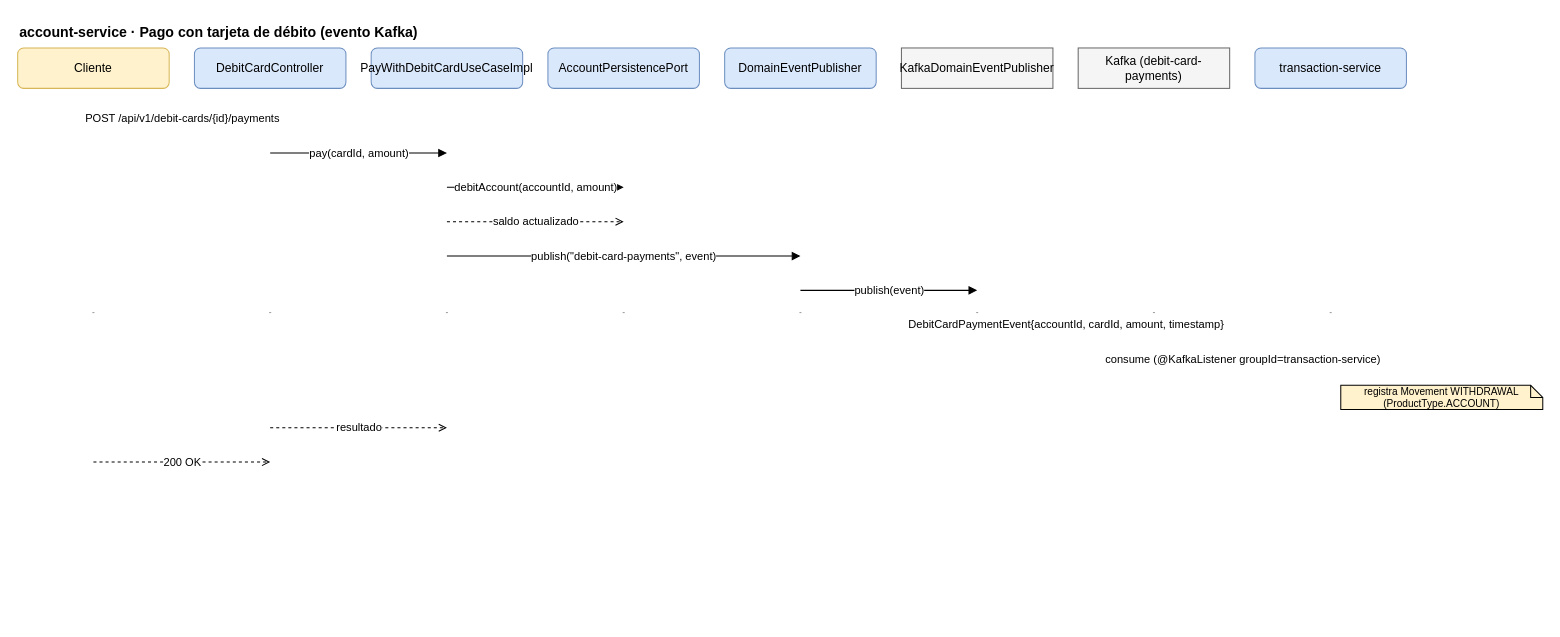
Above: docs/diagrams/drawio/06-account-debito-kafka.drawio in Zairex-Code/financial-core (draw.io), before the change. Source tidied: cells renumbered, new cells numbered last; positions are measured from the earlier drawing's top-left corner, leaving out a move shared by most shapes. Both pictures are drawn from the tidied source at 101%, with x=0, y=0 at pixel (17, 17).
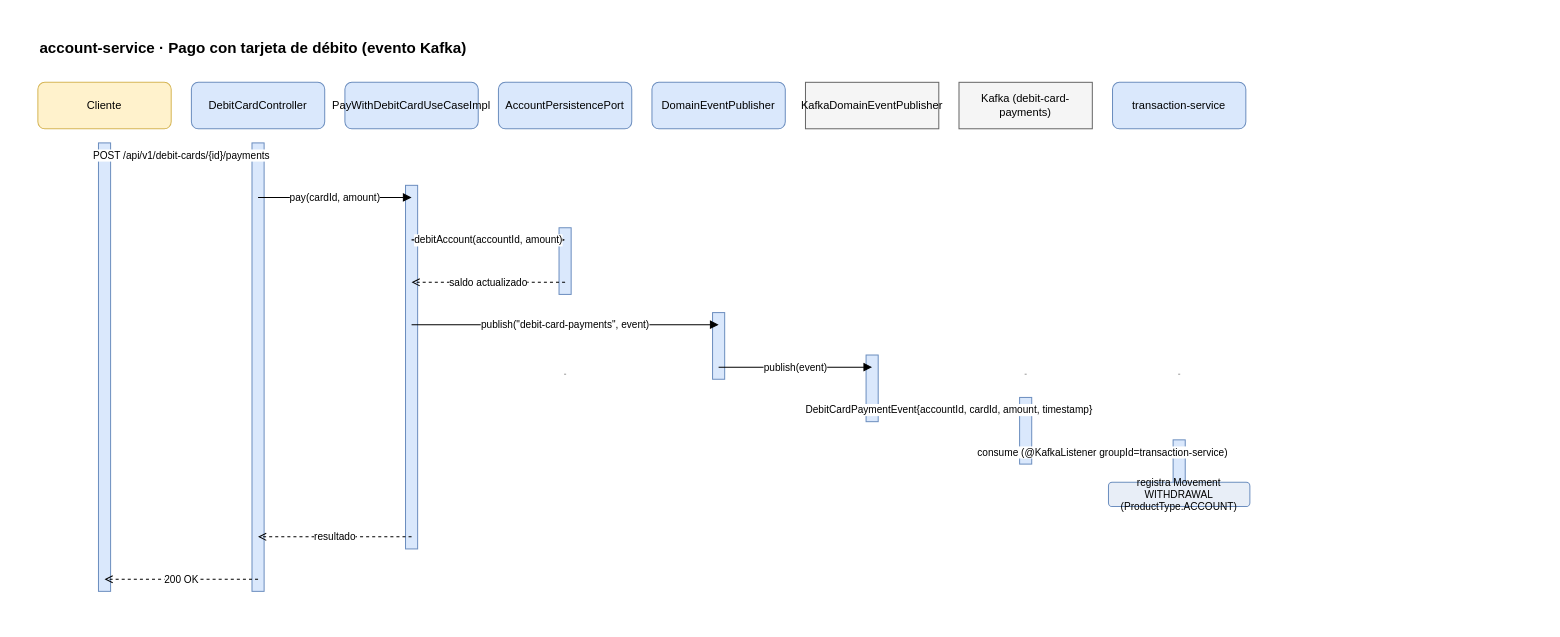
The same page after the edit.

Diff of the diagram source:
```diff
@@
+    <mxCell id="10" value="account-service · Pago con tarjeta de débito (evento Kafka)" style="text;html=1;align=left;fontSize=15;fontStyle=1;" parent="1" vertex="1">
+      <mxGeometry x="20" y="14" width="900" height="24" as="geometry" />
+    </mxCell>
-    <mxCell id="2" value="Cliente" style="rounded=1;whiteSpace=wrap;html=1;fillColor=#fff2cc;strokeColor=#d6b656;fontSize=12;" parent="1" vertex="1">
-      <mxGeometry y="30" width="150" height="40" as="geometry" />
+    <mxCell id="2" value="Cliente" style="rounded=1;whiteSpace=wrap;html=1;fillColor=#fff2cc;strokeColor=#d6b656;fontSize=11;" parent="1" vertex="1">
+      <mxGeometry x="20" y="64" width="132" height="46" as="geometry" />
     </mxCell>
-    <mxCell id="3" value="DebitCardController" style="rounded=1;whiteSpace=wrap;html=1;fillColor=#dae8fc;strokeColor=#6c8ebf;fontSize=12;" parent="1" vertex="1">
-      <mxGeometry x="175" y="30" width="150" height="40" as="geometry" />
+    <mxCell id="3" value="DebitCardController" style="rounded=1;whiteSpace=wrap;html=1;fillColor=#dae8fc;strokeColor=#6c8ebf;fontSize=11;fontStyle=0;" parent="1" vertex="1">
+      <mxGeometry x="172" y="64" width="132" height="46" as="geometry" />
     </mxCell>
-    <mxCell id="4" value="PayWithDebitCardUseCaseImpl" style="rounded=1;whiteSpace=wrap;html=1;fillColor=#dae8fc;strokeColor=#6c8ebf;fontSize=12;" parent="1" vertex="1">
-      <mxGeometry x="350" y="30" width="150" height="40" as="geometry" />
+    <mxCell id="4" value="PayWithDebitCardUseCaseImpl" style="rounded=1;whiteSpace=wrap;html=1;fillColor=#dae8fc;strokeColor=#6c8ebf;fontSize=11;fontStyle=0;" parent="1" vertex="1">
+      <mxGeometry x="324" y="64" width="132" height="46" as="geometry" />
     </mxCell>
-    <mxCell id="5" value="AccountPersistencePort" style="rounded=1;whiteSpace=wrap;html=1;fillColor=#dae8fc;strokeColor=#6c8ebf;fontSize=12;" parent="1" vertex="1">
-      <mxGeometry x="525" y="30" width="150" height="40" as="geometry" />
+    <mxCell id="5" value="AccountPersistencePort" style="rounded=1;whiteSpace=wrap;html=1;fillColor=#dae8fc;strokeColor=#6c8ebf;fontSize=11;fontStyle=0;" parent="1" vertex="1">
+      <mxGeometry x="476" y="64" width="132" height="46" as="geometry" />
     </mxCell>
-    <mxCell id="6" value="DomainEventPublisher" style="rounded=1;whiteSpace=wrap;html=1;fillColor=#dae8fc;strokeColor=#6c8ebf;fontSize=12;" parent="1" vertex="1">
-      <mxGeometry x="700" y="30" width="150" height="40" as="geometry" />
+    <mxCell id="6" value="DomainEventPublisher" style="rounded=1;whiteSpace=wrap;html=1;fillColor=#dae8fc;strokeColor=#6c8ebf;fontSize=11;fontStyle=0;" parent="1" vertex="1">
+      <mxGeometry x="628" y="64" width="132" height="46" as="geometry" />
     </mxCell>
-    <mxCell id="7" value="KafkaDomainEventPublisher" style="whiteSpace=wrap;html=1;fillColor=#f5f5f5;strokeColor=#666666;fontSize=12;" parent="1" vertex="1">
-      <mxGeometry x="875" y="30" width="150" height="40" as="geometry" />
+    <mxCell id="7" value="KafkaDomainEventPublisher" style="whiteSpace=wrap;html=1;fillColor=#f5f5f5;strokeColor=#666666;fontSize=11;" parent="1" vertex="1">
+      <mxGeometry x="780" y="64" width="132" height="46" as="geometry" />
     </mxCell>
-    <mxCell id="8" value="Kafka (debit-card-payments)" style="whiteSpace=wrap;html=1;fillColor=#f5f5f5;strokeColor=#666666;fontSize=12;" parent="1" vertex="1">
-      <mxGeometry x="1050" y="30" width="150" height="40" as="geometry" />
+    <mxCell id="8" value="Kafka (debit-card-payments)" style="whiteSpace=wrap;html=1;fillColor=#f5f5f5;strokeColor=#666666;fontSize=11;" parent="1" vertex="1">
+      <mxGeometry x="932" y="64" width="132" height="46" as="geometry" />
     </mxCell>
-    <mxCell id="9" value="transaction-service" style="rounded=1;whiteSpace=wrap;html=1;fillColor=#dae8fc;strokeColor=#6c8ebf;fontSize=12;" parent="1" vertex="1">
-      <mxGeometry x="1225" y="30" width="150" height="40" as="geometry" />
+    <mxCell id="9" value="transaction-service" style="rounded=1;whiteSpace=wrap;html=1;fillColor=#dae8fc;strokeColor=#6c8ebf;fontSize=11;fontStyle=0;" parent="1" vertex="1">
+      <mxGeometry x="1084" y="64" width="132" height="46" as="geometry" />
     </mxCell>
-    <mxCell id="10" value="account-service · Pago con tarjeta de débito (evento Kafka)" style="text;html=1;align=left;fontSize=14;fontStyle=1;" parent="1" vertex="1">
-      <mxGeometry width="400" height="20" as="geometry" />
-    </mxCell>
     <mxCell id="11" style="shape=line;strokeColor=#999999;dashed=1;html=1;" parent="1" vertex="1">
-      <mxGeometry x="74" y="70" width="2" height="444" as="geometry" />
+      <mxGeometry x="85" y="110" width="2" height="486" as="geometry" />
     </mxCell>
     <mxCell id="12" style="shape=line;strokeColor=#999999;dashed=1;html=1;" parent="1" vertex="1">
-      <mxGeometry x="249" y="70" width="2" height="444" as="geometry" />
+      <mxGeometry x="237" y="110" width="2" height="486" as="geometry" />
     </mxCell>
     <mxCell id="13" style="shape=line;strokeColor=#999999;dashed=1;html=1;" parent="1" vertex="1">
-      <mxGeometry x="424" y="70" width="2" height="444" as="geometry" />
+      <mxGeometry x="389" y="110" width="2" height="486" as="geometry" />
     </mxCell>
     <mxCell id="14" style="shape=line;strokeColor=#999999;dashed=1;html=1;" parent="1" vertex="1">
-      <mxGeometry x="599" y="70" width="2" height="444" as="geometry" />
+      <mxGeometry x="541" y="110" width="2" height="486" as="geometry" />
     </mxCell>
     <mxCell id="15" style="shape=line;strokeColor=#999999;dashed=1;html=1;" parent="1" vertex="1">
-      <mxGeometry x="774" y="70" width="2" height="444" as="geometry" />
+      <mxGeometry x="693" y="110" width="2" height="486" as="geometry" />
     </mxCell>
     <mxCell id="16" style="shape=line;strokeColor=#999999;dashed=1;html=1;" parent="1" vertex="1">
-      <mxGeometry x="949" y="70" width="2" height="444" as="geometry" />
+      <mxGeometry x="845" y="110" width="2" height="486" as="geometry" />
     </mxCell>
     <mxCell id="17" style="shape=line;strokeColor=#999999;dashed=1;html=1;" parent="1" vertex="1">
-      <mxGeometry x="1124" y="70" width="2" height="444" as="geometry" />
+      <mxGeometry x="997" y="110" width="2" height="486" as="geometry" />
     </mxCell>
     <mxCell id="18" style="shape=line;strokeColor=#999999;dashed=1;html=1;" parent="1" vertex="1">
-      <mxGeometry x="1299" y="70" width="2" height="444" as="geometry" />
+      <mxGeometry x="1149" y="110" width="2" height="486" as="geometry" />
     </mxCell>
-    <mxCell id="19" value="registra Movement WITHDRAWAL (ProductType.ACCOUNT)" style="shape=note;whiteSpace=wrap;html=1;backgroundOutline=1;size=12;fillColor=#fff2cc;fontSize=10;" parent="1" vertex="1">
-      <mxGeometry x="1310" y="364" width="200" height="24" as="geometry" />
-    </mxCell>
+    <mxCell id="30" style="rounded=0;html=1;fillColor=#dae8fc;strokeColor=#6c8ebf;" parent="1" vertex="1">
+      <mxGeometry x="80" y="124" width="12" height="444" as="geometry" />
+    </mxCell>
+    <mxCell id="31" style="rounded=0;html=1;fillColor=#dae8fc;strokeColor=#6c8ebf;" parent="1" vertex="1">
+      <mxGeometry x="232" y="124" width="12" height="444" as="geometry" />
+    </mxCell>
+    <mxCell id="32" style="rounded=0;html=1;fillColor=#dae8fc;strokeColor=#6c8ebf;" parent="1" vertex="1">
+      <mxGeometry x="384" y="166" width="12" height="360" as="geometry" />
+    </mxCell>
+    <mxCell id="33" style="rounded=0;html=1;fillColor=#dae8fc;strokeColor=#6c8ebf;" parent="1" vertex="1">
+      <mxGeometry x="536" y="208" width="12" height="66" as="geometry" />
+    </mxCell>
+    <mxCell id="34" style="rounded=0;html=1;fillColor=#dae8fc;strokeColor=#6c8ebf;" parent="1" vertex="1">
+      <mxGeometry x="688" y="292" width="12" height="66" as="geometry" />
+    </mxCell>
+    <mxCell id="35" style="rounded=0;html=1;fillColor=#dae8fc;strokeColor=#6c8ebf;" parent="1" vertex="1">
+      <mxGeometry x="840" y="334" width="12" height="66" as="geometry" />
+    </mxCell>
+    <mxCell id="36" style="rounded=0;html=1;fillColor=#dae8fc;strokeColor=#6c8ebf;" parent="1" vertex="1">
+      <mxGeometry x="992" y="376" width="12" height="66" as="geometry" />
+    </mxCell>
+    <mxCell id="37" style="rounded=0;html=1;fillColor=#dae8fc;strokeColor=#6c8ebf;" parent="1" vertex="1">
+      <mxGeometry x="1144" y="418" width="12" height="66" as="geometry" />
+    </mxCell>
-    <mxCell id="20" value="POST /api/v1/debit-cards/{id}/payments" style="edgeStyle=orthogonalEdgeStyle;rounded=0;html=1;endArrow=block;fontSize=11;" parent="1" edge="1">
+    <mxCell id="20" value="POST /api/v1/debit-cards/{id}/payments" style="edgeStyle=orthogonalEdgeStyle;rounded=0;html=1;endArrow=block;fontSize=10;labelBackgroundColor=#ffffff;" parent="1" edge="1">
       <mxGeometry relative="1" as="geometry">
-        <mxPoint x="75" y="100" as="sourcePoint" />
-        <mxPoint x="250" y="100" as="targetPoint" />
+        <mxPoint x="86" y="136" as="sourcePoint" />
+        <mxPoint x="238" y="136" as="targetPoint" />
       </mxGeometry>
     </mxCell>
-    <mxCell id="21" value="pay(cardId, amount)" style="edgeStyle=orthogonalEdgeStyle;rounded=0;html=1;endArrow=block;fontSize=11;" parent="1" edge="1">
+    <mxCell id="21" value="pay(cardId, amount)" style="edgeStyle=orthogonalEdgeStyle;rounded=0;html=1;endArrow=block;fontSize=10;labelBackgroundColor=#ffffff;" parent="1" edge="1">
       <mxGeometry relative="1" as="geometry">
-        <mxPoint x="250" y="134" as="sourcePoint" />
-        <mxPoint x="425" y="134" as="targetPoint" />
+        <mxPoint x="238" y="178" as="sourcePoint" />
+        <mxPoint x="390" y="178" as="targetPoint" />
       </mxGeometry>
     </mxCell>
-    <mxCell id="22" value="debitAccount(accountId, amount)" style="edgeStyle=orthogonalEdgeStyle;rounded=0;html=1;endArrow=block;fontSize=11;" parent="1" edge="1">
+    <mxCell id="22" value="debitAccount(accountId, amount)" style="edgeStyle=orthogonalEdgeStyle;rounded=0;html=1;endArrow=block;fontSize=10;labelBackgroundColor=#ffffff;" parent="1" edge="1">
       <mxGeometry relative="1" as="geometry">
-        <mxPoint x="425" y="168" as="sourcePoint" />
-        <mxPoint x="600" y="168" as="targetPoint" />
+        <mxPoint x="390" y="220" as="sourcePoint" />
+        <mxPoint x="542" y="220" as="targetPoint" />
       </mxGeometry>
     </mxCell>
-    <mxCell id="23" value="saldo actualizado" style="edgeStyle=orthogonalEdgeStyle;rounded=0;html=1;dashed=1;endArrow=open;fontSize=11;" parent="1" edge="1">
+    <mxCell id="23" value="saldo actualizado" style="edgeStyle=orthogonalEdgeStyle;rounded=0;html=1;dashed=1;endArrow=open;fontSize=10;labelBackgroundColor=#ffffff;" parent="1" edge="1">
       <mxGeometry relative="1" as="geometry">
-        <mxPoint x="425" y="202" as="sourcePoint" />
-        <mxPoint x="600" y="202" as="targetPoint" />
+        <mxPoint x="542" y="262" as="sourcePoint" />
+        <mxPoint x="390" y="262" as="targetPoint" />
       </mxGeometry>
     </mxCell>
-    <mxCell id="24" value="publish(&quot;debit-card-payments&quot;, event)" style="edgeStyle=orthogonalEdgeStyle;rounded=0;html=1;endArrow=block;fontSize=11;" parent="1" edge="1">
+    <mxCell id="24" value="publish(&quot;debit-card-payments&quot;, event)" style="edgeStyle=orthogonalEdgeStyle;rounded=0;html=1;endArrow=block;fontSize=10;labelBackgroundColor=#ffffff;" parent="1" edge="1">
       <mxGeometry relative="1" as="geometry">
-        <mxPoint x="425" y="236" as="sourcePoint" />
-        <mxPoint x="775" y="236" as="targetPoint" />
+        <mxPoint x="390" y="304" as="sourcePoint" />
+        <mxPoint x="694" y="304" as="targetPoint" />
       </mxGeometry>
     </mxCell>
-    <mxCell id="25" value="publish(event)" style="edgeStyle=orthogonalEdgeStyle;rounded=0;html=1;endArrow=block;fontSize=11;" parent="1" edge="1">
+    <mxCell id="25" value="publish(event)" style="edgeStyle=orthogonalEdgeStyle;rounded=0;html=1;endArrow=block;fontSize=10;labelBackgroundColor=#ffffff;" parent="1" edge="1">
       <mxGeometry relative="1" as="geometry">
-        <mxPoint x="775" y="270" as="sourcePoint" />
-        <mxPoint x="950" y="270" as="targetPoint" />
+        <mxPoint x="694" y="346" as="sourcePoint" />
+        <mxPoint x="846" y="346" as="targetPoint" />
       </mxGeometry>
     </mxCell>
-    <mxCell id="26" value="DebitCardPaymentEvent{accountId, cardId, amount, timestamp}" style="edgeStyle=orthogonalEdgeStyle;rounded=0;html=1;dashed=1;endArrow=block;strokeColor=#b85450;fontSize=11;" parent="1" edge="1">
+    <mxCell id="26" value="DebitCardPaymentEvent{accountId, cardId, amount, timestamp}" style="edgeStyle=orthogonalEdgeStyle;rounded=0;html=1;dashed=1;endArrow=block;strokeColor=#b85450;fontSize=10;labelBackgroundColor=#ffffff;" parent="1" edge="1">
       <mxGeometry relative="1" as="geometry">
-        <mxPoint x="950" y="304" as="sourcePoint" />
-        <mxPoint x="1125" y="304" as="targetPoint" />
+        <mxPoint x="846" y="388" as="sourcePoint" />
+        <mxPoint x="998" y="388" as="targetPoint" />
       </mxGeometry>
     </mxCell>
-    <mxCell id="27" value="consume (@KafkaListener groupId=transaction-service)" style="edgeStyle=orthogonalEdgeStyle;rounded=0;html=1;dashed=1;endArrow=block;strokeColor=#b85450;fontSize=11;" parent="1" edge="1">
+    <mxCell id="27" value="consume (@KafkaListener groupId=transaction-service)" style="edgeStyle=orthogonalEdgeStyle;rounded=0;html=1;dashed=1;endArrow=block;strokeColor=#b85450;fontSize=10;labelBackgroundColor=#ffffff;" parent="1" edge="1">
       <mxGeometry relative="1" as="geometry">
-        <mxPoint x="1125" y="338" as="sourcePoint" />
-        <mxPoint x="1300" y="338" as="targetPoint" />
+        <mxPoint x="998" y="430" as="sourcePoint" />
+        <mxPoint x="1150" y="430" as="targetPoint" />
       </mxGeometry>
     </mxCell>
+    <mxCell id="19" value="registra Movement WITHDRAWAL (ProductType.ACCOUNT)" style="rounded=1;whiteSpace=wrap;html=1;fillColor=#e8eef7;strokeColor=#6c8ebf;fontSize=10;" parent="1" vertex="1">
+      <mxGeometry x="1080" y="460" width="140" height="24" as="geometry" />
+    </mxCell>
-    <mxCell id="28" value="resultado" style="edgeStyle=orthogonalEdgeStyle;rounded=0;html=1;dashed=1;endArrow=open;fontSize=11;" parent="1" edge="1">
+    <mxCell id="28" value="resultado" style="edgeStyle=orthogonalEdgeStyle;rounded=0;html=1;dashed=1;endArrow=open;fontSize=10;labelBackgroundColor=#ffffff;" parent="1" edge="1">
       <mxGeometry relative="1" as="geometry">
-        <mxPoint x="250" y="406" as="sourcePoint" />
-        <mxPoint x="425" y="406" as="targetPoint" />
+        <mxPoint x="390" y="514" as="sourcePoint" />
+        <mxPoint x="238" y="514" as="targetPoint" />
       </mxGeometry>
     </mxCell>
-    <mxCell id="29" value="200 OK" style="edgeStyle=orthogonalEdgeStyle;rounded=0;html=1;dashed=1;endArrow=open;fontSize=11;" parent="1" edge="1">
+    <mxCell id="29" value="200 OK" style="edgeStyle=orthogonalEdgeStyle;rounded=0;html=1;dashed=1;endArrow=open;fontSize=10;labelBackgroundColor=#ffffff;" parent="1" edge="1">
       <mxGeometry relative="1" as="geometry">
-        <mxPoint x="75" y="440" as="sourcePoint" />
-        <mxPoint x="250" y="440" as="targetPoint" />
+        <mxPoint x="238" y="556" as="sourcePoint" />
+        <mxPoint x="86" y="556" as="targetPoint" />
       </mxGeometry>
     </mxCell>
```
